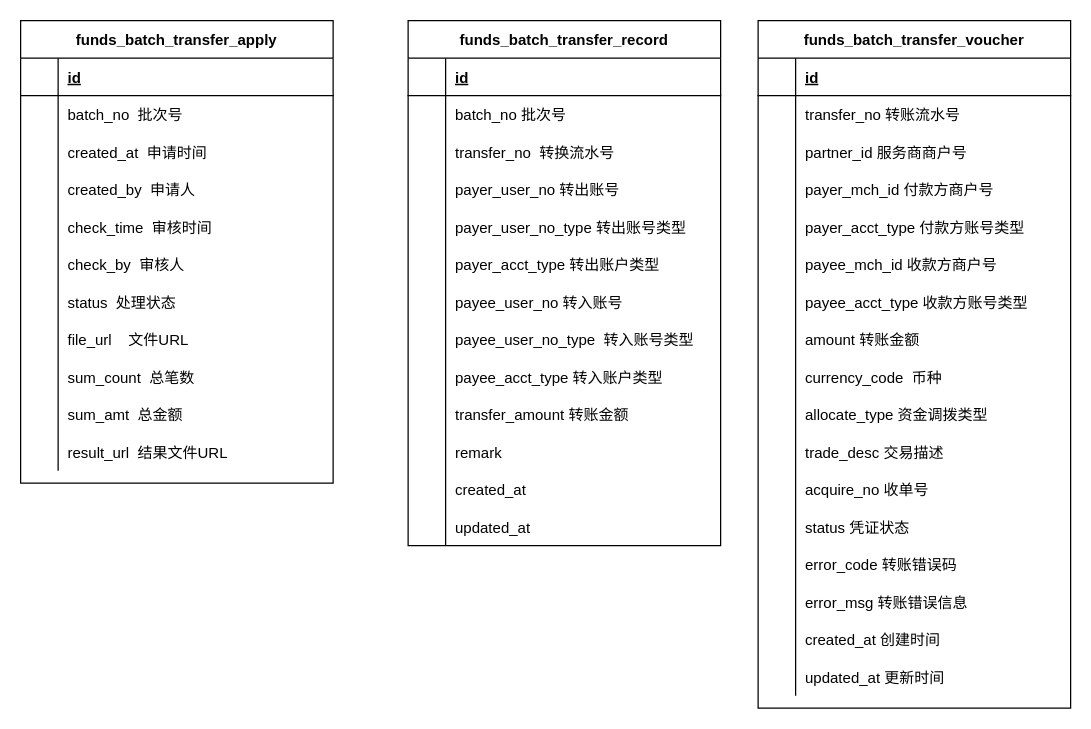
Before: 批量转账ER.drawio in wangkeshan9538/diagram.io, a draw.io diagram. Source tidied: cells renumbered, new cells numbered last; positions are measured from the earlier drawing's top-left corner, leaving out a move shared by most shapes. Both pictures are drawn from the tidied source at 125%, with x=0, y=0 at pixel (20, 20).
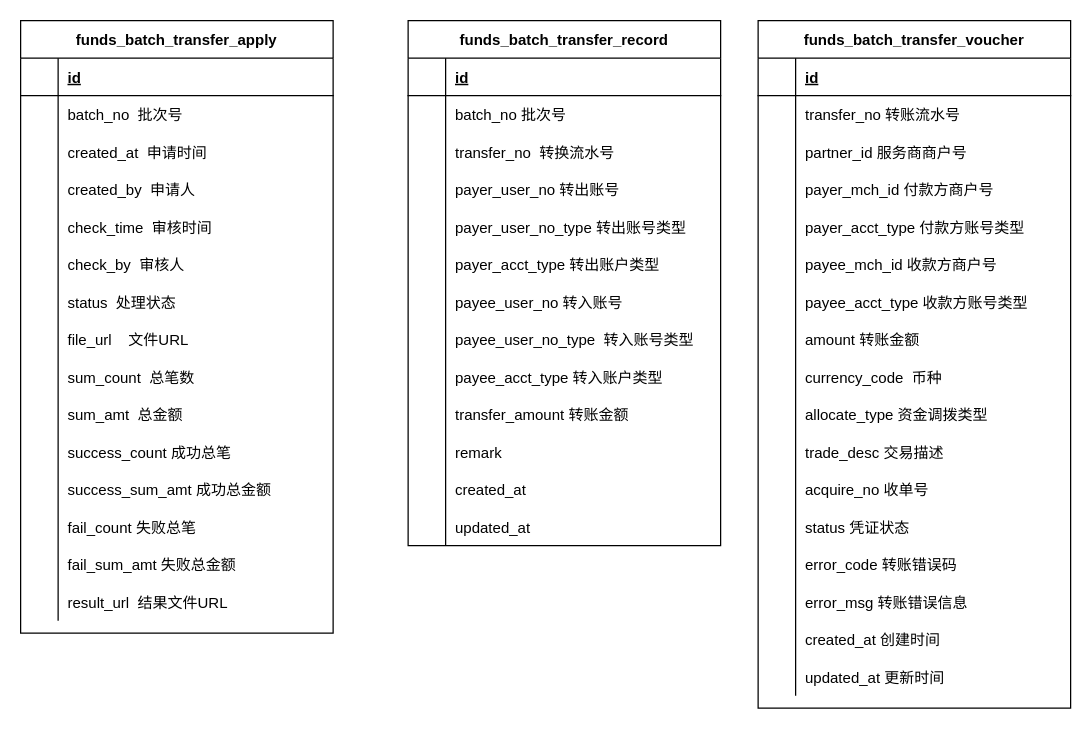
Above is the later version.

Commit message:
更新批量转账ER.drawio

Diff of the diagram source:
```diff
@@
     <mxCell id="2" value="funds_batch_transfer_apply" style="shape=table;startSize=30;childLayout=tableLayout;rowLines=0;fontStyle=1;align=center;" parent="1" vertex="1">
-      <mxGeometry width="250" height="370" as="geometry" />
+      <mxGeometry width="250" height="490" as="geometry" />
     </mxCell>
@@
+    <mxCell id="128" style="shape=partialRectangle;fillColor=none;top=0;left=0;bottom=0;right=0;" parent="2" vertex="1">
+      <mxGeometry y="330" width="250" height="30" as="geometry" />
+    </mxCell>
+    <mxCell id="129" style="shape=partialRectangle;fillColor=none;top=0;left=0;bottom=0;right=0;overflow=hidden;" parent="128" vertex="1">
+      <mxGeometry width="30" height="30" as="geometry" />
+    </mxCell>
+    <mxCell id="130" value="success_count 成功总笔" style="shape=partialRectangle;fillColor=none;top=0;left=0;bottom=0;right=0;align=left;spacingLeft=6;overflow=hidden;" parent="128" vertex="1">
+      <mxGeometry x="30" width="220" height="30" as="geometry" />
+    </mxCell>
+    <mxCell id="131" style="shape=partialRectangle;fillColor=none;top=0;left=0;bottom=0;right=0;" parent="2" vertex="1">
+      <mxGeometry y="360" width="250" height="30" as="geometry" />
+    </mxCell>
+    <mxCell id="132" style="shape=partialRectangle;fillColor=none;top=0;left=0;bottom=0;right=0;overflow=hidden;" parent="131" vertex="1">
+      <mxGeometry width="30" height="30" as="geometry" />
+    </mxCell>
+    <mxCell id="133" value="success_sum_amt 成功总金额" style="shape=partialRectangle;fillColor=none;top=0;left=0;bottom=0;right=0;align=left;spacingLeft=6;overflow=hidden;" parent="131" vertex="1">
+      <mxGeometry x="30" width="220" height="30" as="geometry" />
+    </mxCell>
+    <mxCell id="134" style="shape=partialRectangle;fillColor=none;top=0;left=0;bottom=0;right=0;" parent="2" vertex="1">
+      <mxGeometry y="390" width="250" height="30" as="geometry" />
+    </mxCell>
+    <mxCell id="135" style="shape=partialRectangle;fillColor=none;top=0;left=0;bottom=0;right=0;overflow=hidden;" parent="134" vertex="1">
+      <mxGeometry width="30" height="30" as="geometry" />
+    </mxCell>
+    <mxCell id="136" value="fail_count 失败总笔" style="shape=partialRectangle;fillColor=none;top=0;left=0;bottom=0;right=0;align=left;spacingLeft=6;overflow=hidden;" parent="134" vertex="1">
+      <mxGeometry x="30" width="220" height="30" as="geometry" />
+    </mxCell>
+    <mxCell id="137" style="shape=partialRectangle;fillColor=none;top=0;left=0;bottom=0;right=0;" parent="2" vertex="1">
+      <mxGeometry y="420" width="250" height="30" as="geometry" />
+    </mxCell>
+    <mxCell id="138" style="shape=partialRectangle;fillColor=none;top=0;left=0;bottom=0;right=0;overflow=hidden;" parent="137" vertex="1">
+      <mxGeometry width="30" height="30" as="geometry" />
+    </mxCell>
+    <mxCell id="139" value="fail_sum_amt 失败总金额" style="shape=partialRectangle;fillColor=none;top=0;left=0;bottom=0;right=0;align=left;spacingLeft=6;overflow=hidden;" parent="137" vertex="1">
+      <mxGeometry x="30" width="220" height="30" as="geometry" />
+    </mxCell>
     <mxCell id="33" style="shape=partialRectangle;fillColor=none;top=0;left=0;bottom=0;right=0;" parent="2" vertex="1">
-      <mxGeometry y="330" width="250" height="30" as="geometry" />
+      <mxGeometry y="450" width="250" height="30" as="geometry" />
     </mxCell>
```
